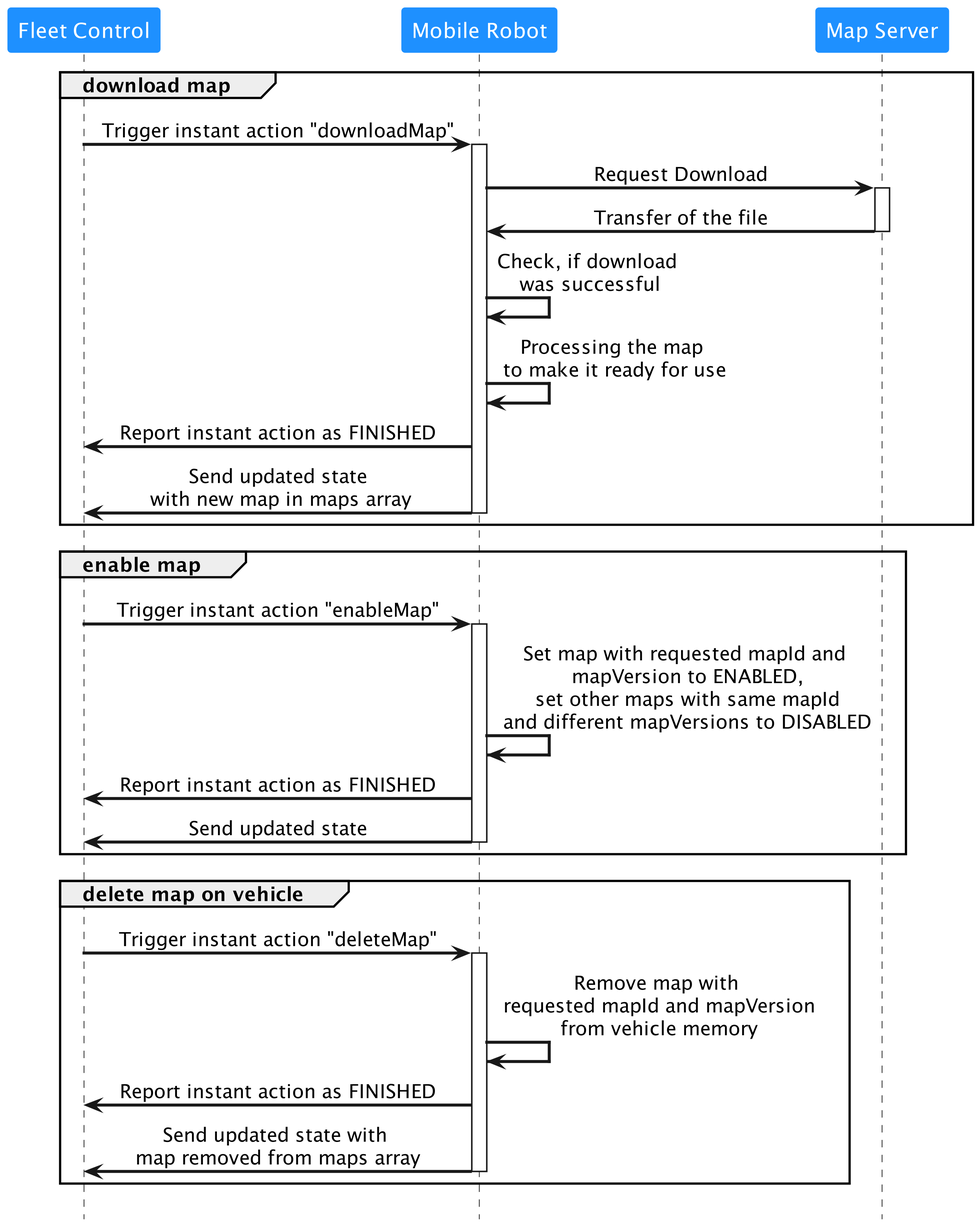
Before: assets/map_distribution_process.png, a diagram exported from PlantUML (VDA5050/VDA5050).
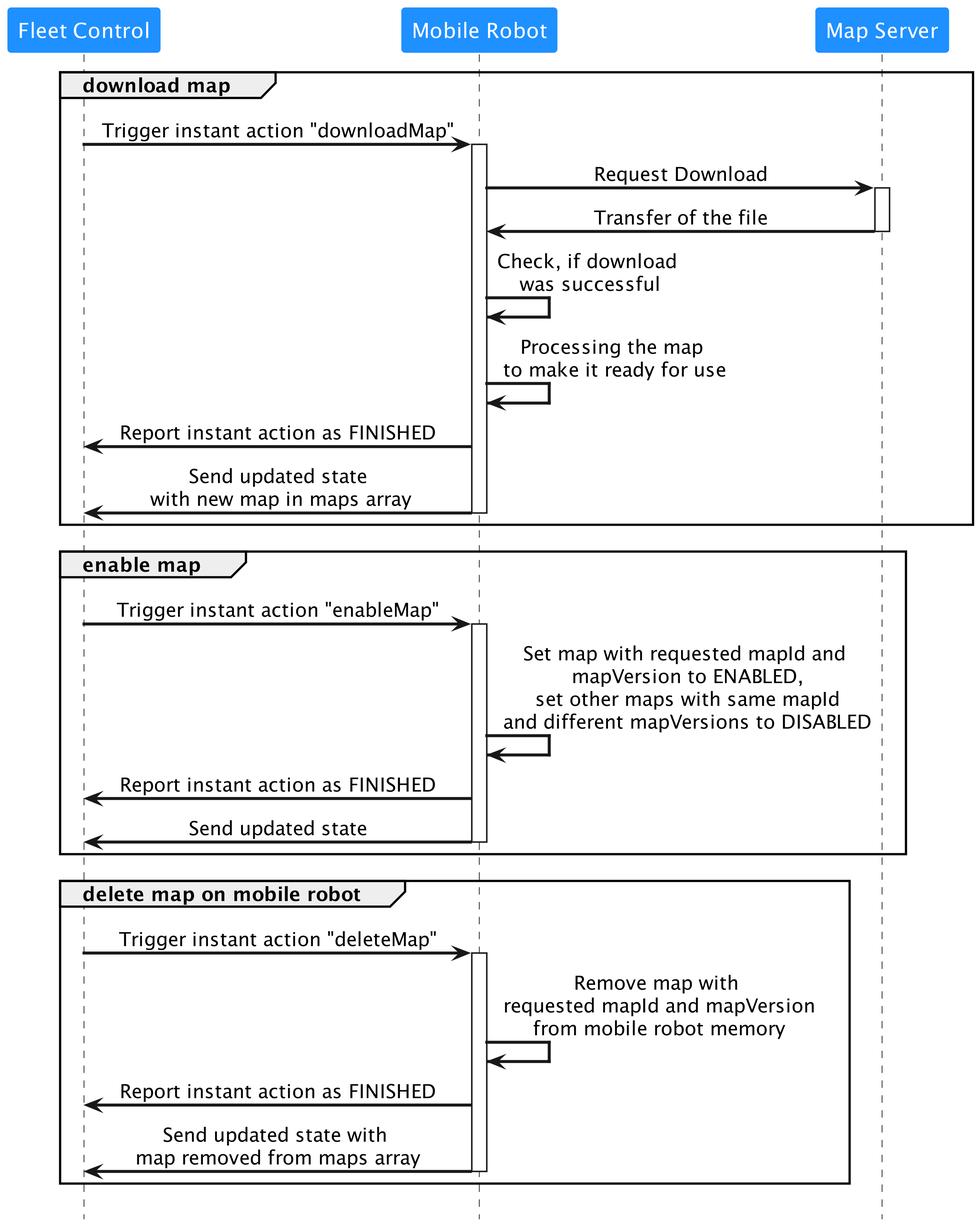
After the change.

Change to the diagram source:
```diff
@@ -34,10 +34,10 @@
 deactivate "Mobile Robot"
 end
 
-group delete map on vehicle
+group delete map on mobile robot
 "Fleet Control" -> "Mobile Robot": Trigger instant action "deleteMap"
 activate "Mobile Robot"
-"Mobile Robot" -> "Mobile Robot": Remove map with\n requested mapId and mapVersion\n from vehicle memory
+"Mobile Robot" -> "Mobile Robot": Remove map with\n requested mapId and mapVersion\n from mobile robot memory
 "Mobile Robot" -> "Fleet Control": Report instant action as FINISHED
 "Mobile Robot" -> "Fleet Control": Send updated state with \nmap removed from maps array
 deactivate "Mobile Robot"
```
